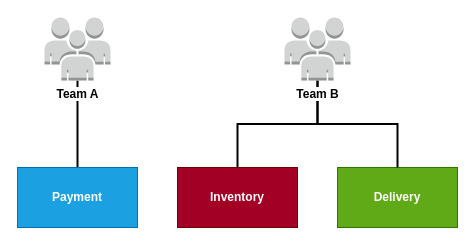
The draw.io diagram page "Team" (3 of 10) of assets/diagrams.drawio in epomatti/microservices-archetypes, before the edit. Source tidied: cells renumbered, new cells numbered last; positions are measured from the earlier drawing's top-left corner, leaving out a move shared by most shapes. Both pictures are drawn from the tidied source at 100%, with x=0, y=0 at pixel (17, 17).
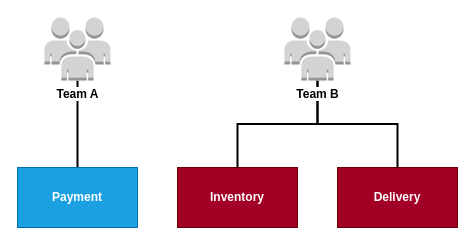
After the change.

The edit, as a diff of the source:
```diff
@@
 <mxGraphModel>
   <root>
     <mxCell id="0" />
     <mxCell id="1" parent="0" />
     <mxCell id="2" style="edgeStyle=orthogonalEdgeStyle;rounded=0;jettySize=auto;html=1;startArrow=none;startFill=0;endArrow=none;endFill=0;strokeWidth=2;" parent="1" edge="1" source="6" target="3">
       <mxGeometry relative="1" as="geometry" />
     </mxCell>
     <mxCell id="3" value="Payment" style="rounded=0;whiteSpace=wrap;html=1;fontStyle=1;fillColor=#1ba1e2;fontColor=#ffffff;strokeColor=#006EAF;" parent="1" vertex="1">
       <mxGeometry y="150" width="120" height="60" as="geometry" />
     </mxCell>
     <mxCell id="4" value="Inventory" style="rounded=0;whiteSpace=wrap;html=1;fontStyle=1;fillColor=#a20025;fontColor=#ffffff;strokeColor=#6F0000;" parent="1" vertex="1">
       <mxGeometry x="160" y="150" width="120" height="60" as="geometry" />
     </mxCell>
-    <mxCell id="5" value="Delivery" style="rounded=0;whiteSpace=wrap;html=1;fontStyle=1;fillColor=#60a917;fontColor=#ffffff;strokeColor=#2D7600;" parent="1" vertex="1">
+    <mxCell id="5" value="Delivery" style="rounded=0;whiteSpace=wrap;html=1;fontStyle=1;fillColor=#a20025;fontColor=#ffffff;strokeColor=#6F0000;" parent="1" vertex="1">
       <mxGeometry x="320" y="150" width="120" height="60" as="geometry" />
     </mxCell>
     <mxCell id="6" value="Team A" style="outlineConnect=0;dashed=0;verticalLabelPosition=bottom;verticalAlign=top;align=center;html=1;shape=mxgraph.aws3.users;fillColor=#D2D3D3;gradientColor=none;fontStyle=1;labelBackgroundColor=default;" parent="1" vertex="1">
       <mxGeometry x="27" width="66" height="63" as="geometry" />
     </mxCell>
     <mxCell id="7" style="edgeStyle=orthogonalEdgeStyle;rounded=0;jettySize=auto;html=1;startArrow=none;startFill=0;endArrow=none;endFill=0;strokeWidth=2;" parent="1" edge="1" source="9" target="4">
       <mxGeometry relative="1" as="geometry" />
     </mxCell>
     <mxCell id="8" style="edgeStyle=orthogonalEdgeStyle;rounded=0;jettySize=auto;html=1;startArrow=none;startFill=0;endArrow=none;endFill=0;strokeWidth=2;" parent="1" edge="1" source="9" target="5">
       <mxGeometry relative="1" as="geometry" />
     </mxCell>
     <mxCell id="9" value="Team B" style="outlineConnect=0;dashed=0;verticalLabelPosition=bottom;verticalAlign=top;align=center;html=1;shape=mxgraph.aws3.users;fillColor=#D2D3D3;gradientColor=none;fontStyle=1;labelBackgroundColor=default;" parent="1" vertex="1">
       <mxGeometry x="267" width="66" height="63" as="geometry" />
     </mxCell>
   </root>
 </mxGraphModel>
```
